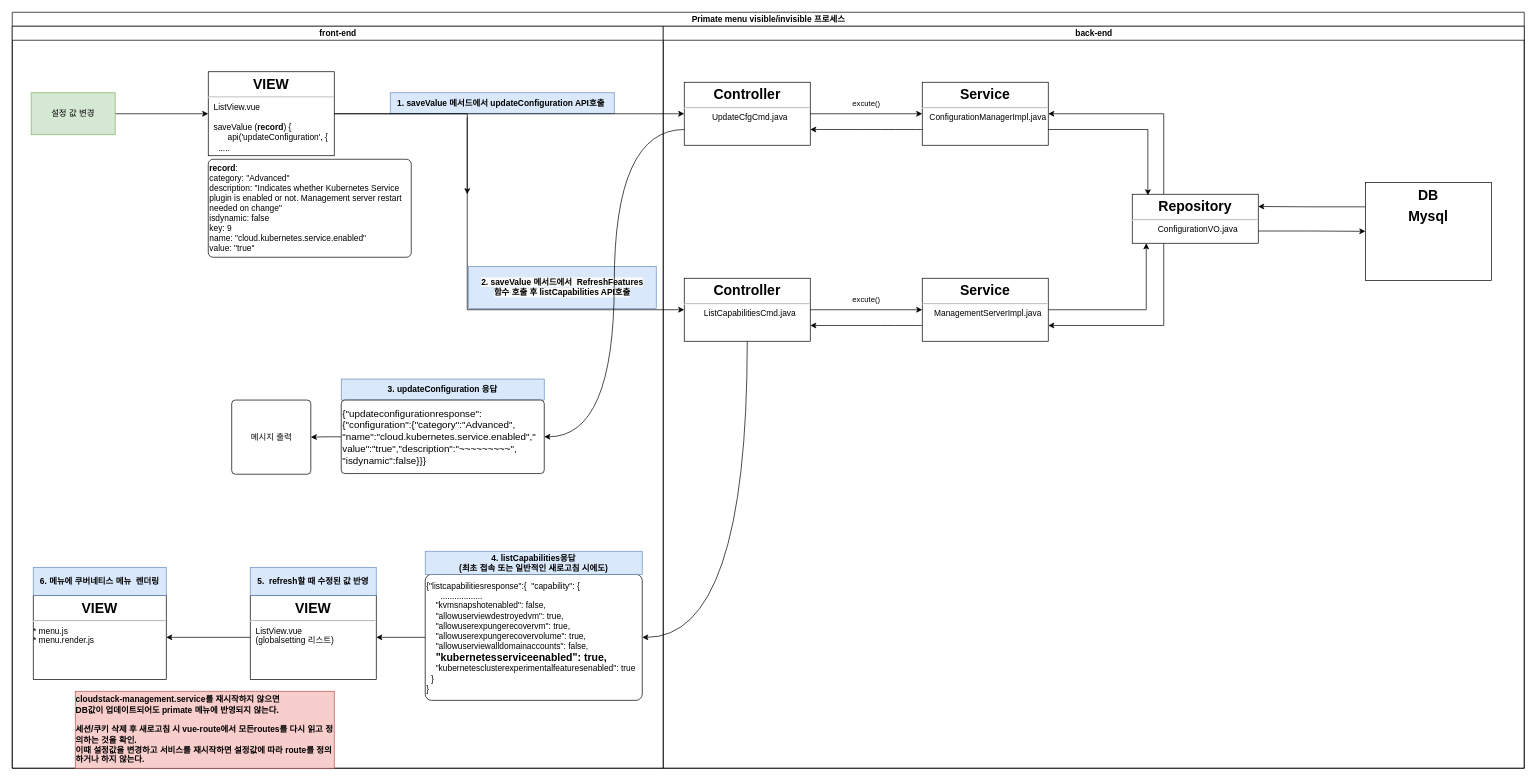
The draw.io diagram kuber메뉴.drawio in stardom3645/wiki, before the edit. Source tidied: cells renumbered, new cells numbered last; positions are measured from the earlier drawing's top-left corner, leaving out a move shared by most shapes. Both pictures are drawn from the tidied source at 70%, with x=0, y=0 at pixel (12, 12).
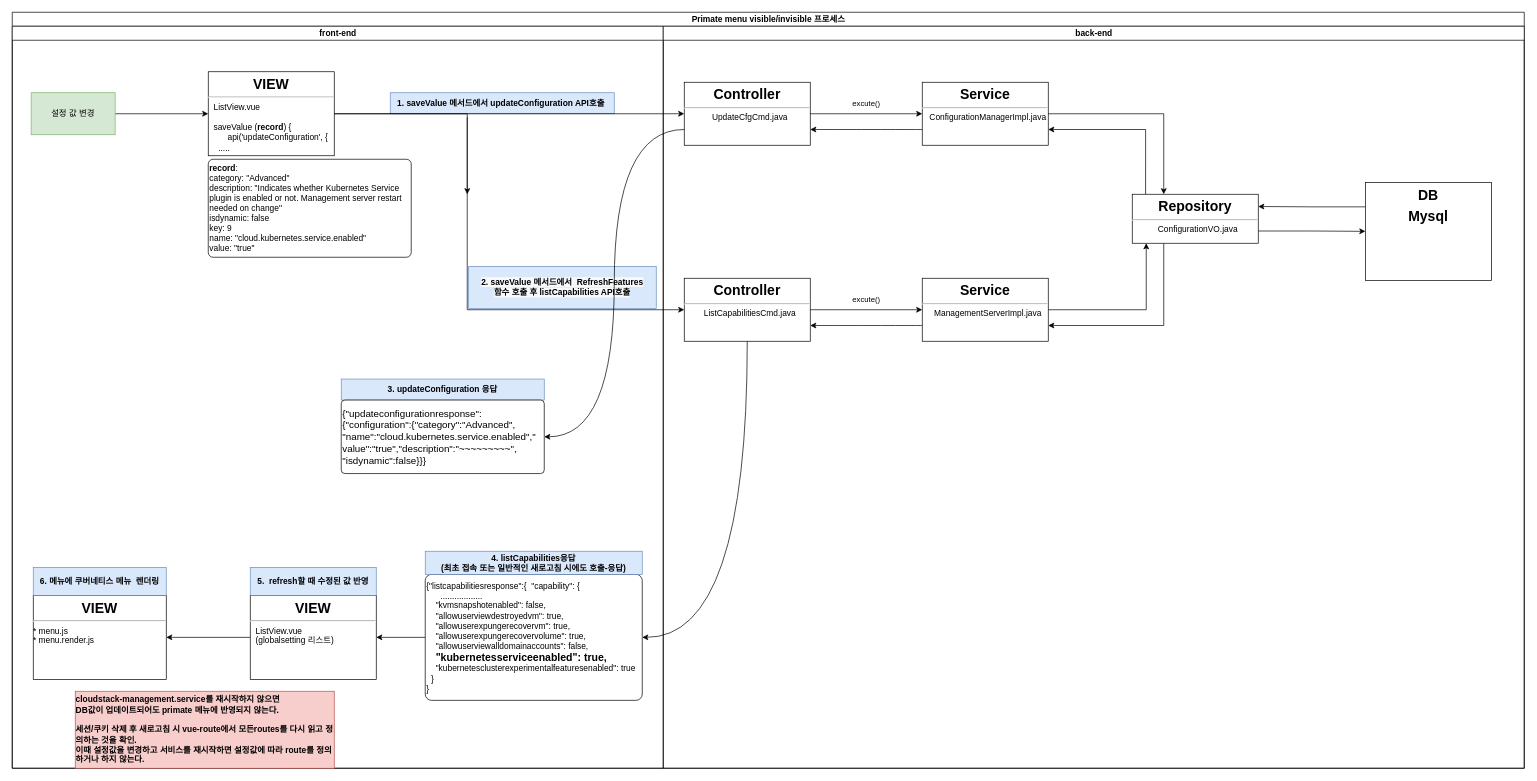
The same page after the edit.

Commit message:
kuber메뉴.drawio 업데이트

The change refers to these unchanged cells:
```xml
<mxCell id="3" value="front-end" style="swimlane;html=1;startSize=20;" parent="2" vertex="1">
  <mxGeometry y="20" width="930" height="1060" as="geometry" />
</mxCell>
<mxCell id="11" value="&lt;font style=&quot;font-size: 14px&quot;&gt;{&quot;updateconfigurationresponse&quot;:{&quot;configuration&quot;:{&quot;category&quot;:&quot;Advanced&quot;,&lt;br&gt;&quot;name&quot;:&quot;cloud.kubernetes.service.enabled&quot;,&quot;&lt;br&gt;&lt;/font&gt;&lt;div style=&quot;font-size: 14px&quot;&gt;value&quot;:&quot;true&quot;,&quot;description&quot;:&quot;~~~~~~~~~&quot;,&lt;/div&gt;&lt;div style=&quot;font-size: 14px&quot;&gt;&quot;isdynamic&quot;:false}}}&lt;/div&gt;" style="rounded=1;whiteSpace=wrap;html=1;strokeColor=#000000;align=left;arcSize=5;" parent="3" vertex="1">
  <mxGeometry x="470" y="534" width="290" height="105" as="geometry" />
</mxCell>
<mxCell id="25" value="back-end" style="swimlane;html=1;startSize=20;" parent="2" vertex="1">
  <mxGeometry x="930" y="20" width="1230" height="1060" as="geometry" />
</mxCell>
<mxCell id="27" value="&lt;p style=&quot;margin: 6px 0px 0px&quot;&gt;&lt;b&gt;&lt;font style=&quot;font-size: 20px&quot;&gt;Service&lt;/font&gt;&lt;/b&gt;&lt;/p&gt;&lt;hr&gt;&lt;p style=&quot;margin: 0px ; margin-left: 8px&quot;&gt;ConfigurationManagerImpl.java&lt;/p&gt;" style="align=center;overflow=fill;html=1;" parent="25" vertex="1">
  <mxGeometry x="370" y="80" width="180" height="90" as="geometry" />
</mxCell>
<mxCell id="31" value="&lt;p style=&quot;margin: 6px 0px 0px&quot;&gt;&lt;b&gt;&lt;font style=&quot;font-size: 20px&quot;&gt;Repository&lt;/font&gt;&lt;/b&gt;&lt;/p&gt;&lt;hr&gt;&lt;p style=&quot;margin: 0px ; margin-left: 8px&quot;&gt;ConfigurationVO.java&lt;/p&gt;" style="align=center;overflow=fill;html=1;" parent="25" vertex="1">
  <mxGeometry x="670" y="240" width="180" height="70" as="geometry" />
</mxCell>
<mxCell id="38" value="&lt;p style=&quot;margin: 6px 0px 0px&quot;&gt;&lt;b&gt;&lt;font style=&quot;font-size: 20px&quot;&gt;Service&lt;/font&gt;&lt;/b&gt;&lt;/p&gt;&lt;hr&gt;&lt;p style=&quot;margin: 0px ; margin-left: 8px&quot;&gt;&lt;span&gt;ManagementServerImpl.java&lt;/span&gt;&lt;br&gt;&lt;/p&gt;" style="align=center;overflow=fill;html=1;" parent="25" vertex="1">
  <mxGeometry x="370" y="360" width="180" height="90" as="geometry" />
</mxCell>
```

What changed in the source:
```diff
@@
-    <mxCell id="10" style="edgeStyle=orthogonalEdgeStyle;rounded=0;jettySize=auto;html=1;exitX=0;exitY=0.5;exitDx=0;exitDy=0;entryX=1;entryY=0.5;entryDx=0;entryDy=0;" parent="3" edge="1" source="11" target="17">
-      <mxGeometry relative="1" as="geometry" />
-    </mxCell>
@@
-    <mxCell id="14" value="&lt;span style=&quot;text-align: left&quot;&gt;4.&amp;nbsp;&lt;/span&gt;listCapabilities&lt;span style=&quot;text-align: left&quot;&gt;응답 &lt;br&gt;(최초 접속 또는 일반적인 새로고침 시에도)&lt;/span&gt;" style="text;html=1;strokeColor=#6c8ebf;fillColor=#dae8fc;align=center;verticalAlign=middle;whiteSpace=wrap;rounded=0;fontStyle=1;" parent="3" vertex="1">
+    <mxCell id="14" value="&lt;span style=&quot;text-align: left&quot;&gt;4.&amp;nbsp;&lt;/span&gt;listCapabilities&lt;span style=&quot;text-align: left&quot;&gt;응답 &lt;br&gt;(최초 접속 또는 일반적인 새로고침 시에도 호출-응답)&lt;/span&gt;" style="text;html=1;strokeColor=#6c8ebf;fillColor=#dae8fc;align=center;verticalAlign=middle;whiteSpace=wrap;rounded=0;fontStyle=1;" parent="3" vertex="1">
       <mxGeometry x="590" y="750" width="310" height="33" as="geometry" />
     </mxCell>
@@
-    <mxCell id="17" value="&lt;span&gt;메시지 출력&lt;/span&gt;" style="rounded=1;whiteSpace=wrap;html=1;strokeColor=#000000;align=center;arcSize=5;" parent="3" vertex="1">
-      <mxGeometry x="313.5" y="534" width="113" height="106" as="geometry" />
-    </mxCell>
@@
+    <mxCell id="30" style="edgeStyle=orthogonalEdgeStyle;rounded=0;jettySize=auto;html=1;exitX=0.25;exitY=1;exitDx=0;exitDy=0;entryX=1;entryY=0.75;entryDx=0;entryDy=0;" parent="25" edge="1" source="31" target="38">
+      <mxGeometry relative="1" as="geometry" />
+    </mxCell>
-    <mxCell id="29" style="edgeStyle=orthogonalEdgeStyle;rounded=0;jettySize=auto;html=1;exitX=0.25;exitY=0;exitDx=0;exitDy=0;entryX=1;entryY=0.5;entryDx=0;entryDy=0;" parent="25" edge="1" source="31" target="27">
+    <mxCell id="29" style="edgeStyle=orthogonalEdgeStyle;rounded=0;jettySize=auto;html=1;exitX=0.106;exitY=0.014;exitDx=0;exitDy=0;entryX=1;entryY=0.75;entryDx=0;entryDy=0;exitPerimeter=0;" parent="25" edge="1" source="31" target="27">
       <mxGeometry relative="1" as="geometry" />
     </mxCell>
-    <mxCell id="30" style="edgeStyle=orthogonalEdgeStyle;rounded=0;jettySize=auto;html=1;exitX=0.25;exitY=1;exitDx=0;exitDy=0;entryX=1;entryY=0.75;entryDx=0;entryDy=0;" parent="25" edge="1" source="31" target="38">
-      <mxGeometry relative="1" as="geometry" />
-    </mxCell>
@@
-    <mxCell id="32" style="edgeStyle=orthogonalEdgeStyle;rounded=0;jettySize=auto;html=1;exitX=1;exitY=0.75;exitDx=0;exitDy=0;align=center;entryX=0.124;entryY=0.022;entryDx=0;entryDy=0;entryPerimeter=0;" parent="25" edge="1" source="27" target="31">
+    <mxCell id="32" style="edgeStyle=orthogonalEdgeStyle;rounded=0;jettySize=auto;html=1;exitX=1;exitY=0.5;exitDx=0;exitDy=0;align=center;entryX=0.25;entryY=0;entryDx=0;entryDy=0;" parent="25" edge="1" source="27" target="31">
       <mxGeometry relative="1" as="geometry" />
     </mxCell>
```
